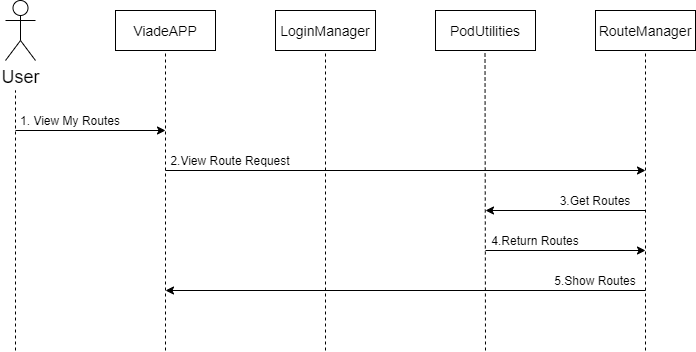
The draw.io diagram src/docs/images/06_runtime_view_My_Friends.png in Arquisoft/viade_es3c, before a commit. Source tidied: cells renumbered, new cells last; positions are measured from the earlier drawing's top-left corner, leaving out a move shared by most shapes. Source of this version:
```xml
<mxGraphModel>
  <root>
    <mxCell id="0" />
    <mxCell id="1" parent="0" />
    <mxCell id="2" value="&lt;font style=&quot;font-size: 18px&quot;&gt;User&lt;/font&gt;" style="shape=umlActor;verticalLabelPosition=bottom;labelBackgroundColor=#ffffff;verticalAlign=top;html=1;" parent="1" vertex="1">
      <mxGeometry x="5" width="30" height="60" as="geometry" />
    </mxCell>
    <mxCell id="3" style="endArrow=none;dashed=1;html=1;" parent="1" edge="1">
      <mxGeometry relative="1" as="geometry">
        <mxPoint x="15" y="350" as="sourcePoint" />
        <mxPoint x="15" y="90" as="targetPoint" />
      </mxGeometry>
    </mxCell>
    <mxCell id="4" style="rounded=0;whiteSpace=wrap;html=1;" parent="1" vertex="1">
      <mxGeometry x="115" y="10" width="100" height="40" as="geometry" />
    </mxCell>
    <mxCell id="5" value="&lt;font style=&quot;font-size: 14px&quot;&gt;ViadeAPP&lt;/font&gt;" style="text;html=1;strokeColor=none;fillColor=none;align=center;verticalAlign=middle;whiteSpace=wrap;rounded=0;" parent="1" vertex="1">
      <mxGeometry x="145" y="20" width="40" height="20" as="geometry" />
    </mxCell>
    <mxCell id="6" style="rounded=0;whiteSpace=wrap;html=1;" parent="1" vertex="1">
      <mxGeometry x="275" y="10" width="100" height="40" as="geometry" />
    </mxCell>
    <mxCell id="7" value="&lt;font style=&quot;font-size: 14px&quot;&gt;LoginManager&lt;/font&gt;" style="text;html=1;strokeColor=none;fillColor=none;align=center;verticalAlign=middle;whiteSpace=wrap;rounded=0;" parent="1" vertex="1">
      <mxGeometry x="305" y="20" width="40" height="20" as="geometry" />
    </mxCell>
    <mxCell id="8" style="rounded=0;whiteSpace=wrap;html=1;" parent="1" vertex="1">
      <mxGeometry x="595" y="10" width="100" height="40" as="geometry" />
    </mxCell>
    <mxCell id="9" value="&lt;font style=&quot;font-size: 14px&quot;&gt;RouteManager&lt;/font&gt;" style="text;html=1;strokeColor=none;fillColor=none;align=center;verticalAlign=middle;whiteSpace=wrap;rounded=0;" parent="1" vertex="1">
      <mxGeometry x="625" y="20" width="40" height="20" as="geometry" />
    </mxCell>
    <mxCell id="10" style="endArrow=none;dashed=1;html=1;entryX=0.5;entryY=1;entryDx=0;entryDy=0;" parent="1" edge="1" target="4">
      <mxGeometry relative="1" as="geometry">
        <mxPoint x="165" y="350" as="sourcePoint" />
      </mxGeometry>
    </mxCell>
    <mxCell id="11" style="endArrow=none;dashed=1;html=1;entryX=0.5;entryY=1;entryDx=0;entryDy=0;" parent="1" edge="1" target="6">
      <mxGeometry relative="1" as="geometry">
        <mxPoint x="325" y="350" as="sourcePoint" />
      </mxGeometry>
    </mxCell>
    <mxCell id="12" style="endArrow=none;dashed=1;html=1;entryX=0.5;entryY=1;entryDx=0;entryDy=0;" parent="1" edge="1" target="8">
      <mxGeometry relative="1" as="geometry">
        <mxPoint x="645" y="350" as="sourcePoint" />
      </mxGeometry>
    </mxCell>
    <mxCell id="13" style="rounded=0;whiteSpace=wrap;html=1;" parent="1" vertex="1">
      <mxGeometry x="435" y="10" width="100" height="40" as="geometry" />
    </mxCell>
    <mxCell id="14" value="&lt;font style=&quot;font-size: 14px&quot;&gt;PodUtilities&lt;/font&gt;" style="text;html=1;strokeColor=none;fillColor=none;align=center;verticalAlign=middle;whiteSpace=wrap;rounded=0;" parent="1" vertex="1">
      <mxGeometry x="465" y="20" width="40" height="20" as="geometry" />
    </mxCell>
    <mxCell id="15" style="endArrow=none;dashed=1;html=1;entryX=0.5;entryY=1;entryDx=0;entryDy=0;" parent="1" edge="1">
      <mxGeometry relative="1" as="geometry">
        <mxPoint x="485" y="350" as="sourcePoint" />
        <mxPoint x="484.5" y="50" as="targetPoint" />
      </mxGeometry>
    </mxCell>
    <mxCell id="16" style="endArrow=classic;html=1;" parent="1" edge="1">
      <mxGeometry relative="1" as="geometry">
        <mxPoint x="15" y="130" as="sourcePoint" />
        <mxPoint x="165" y="130" as="targetPoint" />
      </mxGeometry>
    </mxCell>
    <mxCell id="17" value="1. View My Routes" style="text;html=1;strokeColor=none;fillColor=none;align=center;verticalAlign=middle;whiteSpace=wrap;rounded=0;" parent="1" vertex="1">
      <mxGeometry y="110" width="140" height="20" as="geometry" />
    </mxCell>
    <mxCell id="18" style="endArrow=classic;html=1;" parent="1" edge="1">
      <mxGeometry relative="1" as="geometry">
        <mxPoint x="165" y="170" as="sourcePoint" />
        <mxPoint x="645" y="170" as="targetPoint" />
      </mxGeometry>
    </mxCell>
    <mxCell id="19" value="2.View Route Request" style="text;html=1;strokeColor=none;fillColor=none;align=center;verticalAlign=middle;whiteSpace=wrap;rounded=0;" parent="1" vertex="1">
      <mxGeometry x="165" y="150" width="130" height="20" as="geometry" />
    </mxCell>
    <mxCell id="20" style="endArrow=classic;html=1;" parent="1" edge="1">
      <mxGeometry relative="1" as="geometry">
        <mxPoint x="645" y="210" as="sourcePoint" />
        <mxPoint x="485" y="210" as="targetPoint" />
      </mxGeometry>
    </mxCell>
    <mxCell id="21" value="3.Get Routes" style="text;html=1;strokeColor=none;fillColor=none;align=center;verticalAlign=middle;whiteSpace=wrap;rounded=0;" parent="1" vertex="1">
      <mxGeometry x="525" y="190" width="140" height="20" as="geometry" />
    </mxCell>
    <mxCell id="22" style="endArrow=classic;html=1;" parent="1" edge="1">
      <mxGeometry relative="1" as="geometry">
        <mxPoint x="485" y="250" as="sourcePoint" />
        <mxPoint x="645" y="250" as="targetPoint" />
      </mxGeometry>
    </mxCell>
    <mxCell id="23" style="endArrow=classic;html=1;" parent="1" edge="1">
      <mxGeometry relative="1" as="geometry">
        <mxPoint x="645" y="290" as="sourcePoint" />
        <mxPoint x="165" y="290" as="targetPoint" />
      </mxGeometry>
    </mxCell>
    <mxCell id="24" value="4.Return Routes" style="text;html=1;strokeColor=none;fillColor=none;align=center;verticalAlign=middle;whiteSpace=wrap;rounded=0;" parent="1" vertex="1">
      <mxGeometry x="465" y="230" width="140" height="20" as="geometry" />
    </mxCell>
    <mxCell id="25" value="5.Show Routes" style="text;html=1;strokeColor=none;fillColor=none;align=center;verticalAlign=middle;whiteSpace=wrap;rounded=0;" parent="1" vertex="1">
      <mxGeometry x="525" y="270" width="140" height="20" as="geometry" />
    </mxCell>
  </root>
</mxGraphModel>
```
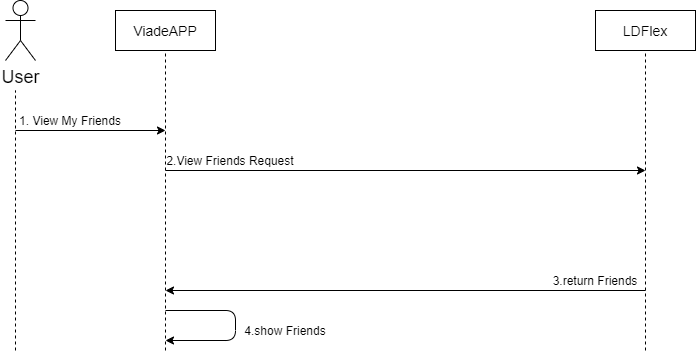
Above is the later version.

Commit message:
Adding more functionality to Runtime view

Diff of the diagram source:
```diff
@@ -17,52 +17,18 @@
     <mxCell id="5" value="&lt;font style=&quot;font-size: 14px&quot;&gt;ViadeAPP&lt;/font&gt;" style="text;html=1;strokeColor=none;fillColor=none;align=center;verticalAlign=middle;whiteSpace=wrap;rounded=0;" parent="1" vertex="1">
       <mxGeometry x="145" y="20" width="40" height="20" as="geometry" />
     </mxCell>
-    <mxCell id="6" style="rounded=0;whiteSpace=wrap;html=1;" parent="1" vertex="1">
-      <mxGeometry x="275" y="10" width="100" height="40" as="geometry" />
-    </mxCell>
-    <mxCell id="7" value="&lt;font style=&quot;font-size: 14px&quot;&gt;LoginManager&lt;/font&gt;" style="text;html=1;strokeColor=none;fillColor=none;align=center;verticalAlign=middle;whiteSpace=wrap;rounded=0;" parent="1" vertex="1">
-      <mxGeometry x="305" y="20" width="40" height="20" as="geometry" />
-    </mxCell>
-    <mxCell id="8" style="rounded=0;whiteSpace=wrap;html=1;" parent="1" vertex="1">
-      <mxGeometry x="595" y="10" width="100" height="40" as="geometry" />
-    </mxCell>
-    <mxCell id="9" value="&lt;font style=&quot;font-size: 14px&quot;&gt;RouteManager&lt;/font&gt;" style="text;html=1;strokeColor=none;fillColor=none;align=center;verticalAlign=middle;whiteSpace=wrap;rounded=0;" parent="1" vertex="1">
-      <mxGeometry x="625" y="20" width="40" height="20" as="geometry" />
-    </mxCell>
     <mxCell id="10" style="endArrow=none;dashed=1;html=1;entryX=0.5;entryY=1;entryDx=0;entryDy=0;" parent="1" edge="1" target="4">
       <mxGeometry relative="1" as="geometry">
         <mxPoint x="165" y="350" as="sourcePoint" />
       </mxGeometry>
     </mxCell>
-    <mxCell id="11" style="endArrow=none;dashed=1;html=1;entryX=0.5;entryY=1;entryDx=0;entryDy=0;" parent="1" edge="1" target="6">
-      <mxGeometry relative="1" as="geometry">
-        <mxPoint x="325" y="350" as="sourcePoint" />
-      </mxGeometry>
-    </mxCell>
-    <mxCell id="12" style="endArrow=none;dashed=1;html=1;entryX=0.5;entryY=1;entryDx=0;entryDy=0;" parent="1" edge="1" target="8">
-      <mxGeometry relative="1" as="geometry">
-        <mxPoint x="645" y="350" as="sourcePoint" />
-      </mxGeometry>
-    </mxCell>
-    <mxCell id="13" style="rounded=0;whiteSpace=wrap;html=1;" parent="1" vertex="1">
-      <mxGeometry x="435" y="10" width="100" height="40" as="geometry" />
-    </mxCell>
-    <mxCell id="14" value="&lt;font style=&quot;font-size: 14px&quot;&gt;PodUtilities&lt;/font&gt;" style="text;html=1;strokeColor=none;fillColor=none;align=center;verticalAlign=middle;whiteSpace=wrap;rounded=0;" parent="1" vertex="1">
-      <mxGeometry x="465" y="20" width="40" height="20" as="geometry" />
-    </mxCell>
-    <mxCell id="15" style="endArrow=none;dashed=1;html=1;entryX=0.5;entryY=1;entryDx=0;entryDy=0;" parent="1" edge="1">
-      <mxGeometry relative="1" as="geometry">
-        <mxPoint x="485" y="350" as="sourcePoint" />
-        <mxPoint x="484.5" y="50" as="targetPoint" />
-      </mxGeometry>
-    </mxCell>
     <mxCell id="16" style="endArrow=classic;html=1;" parent="1" edge="1">
       <mxGeometry relative="1" as="geometry">
         <mxPoint x="15" y="130" as="sourcePoint" />
         <mxPoint x="165" y="130" as="targetPoint" />
       </mxGeometry>
     </mxCell>
-    <mxCell id="17" value="1. View My Routes" style="text;html=1;strokeColor=none;fillColor=none;align=center;verticalAlign=middle;whiteSpace=wrap;rounded=0;" parent="1" vertex="1">
+    <mxCell id="17" value="1. View My Friends" style="text;html=1;strokeColor=none;fillColor=none;align=center;verticalAlign=middle;whiteSpace=wrap;rounded=0;" parent="1" vertex="1">
       <mxGeometry y="110" width="140" height="20" as="geometry" />
     </mxCell>
     <mxCell id="18" style="endArrow=classic;html=1;" parent="1" edge="1">
@@ -71,35 +37,41 @@
         <mxPoint x="645" y="170" as="targetPoint" />
       </mxGeometry>
     </mxCell>
-    <mxCell id="19" value="2.View Route Request" style="text;html=1;strokeColor=none;fillColor=none;align=center;verticalAlign=middle;whiteSpace=wrap;rounded=0;" parent="1" vertex="1">
+    <mxCell id="19" value="2.View Friends Request" style="text;html=1;strokeColor=none;fillColor=none;align=center;verticalAlign=middle;whiteSpace=wrap;rounded=0;" parent="1" vertex="1">
       <mxGeometry x="165" y="150" width="130" height="20" as="geometry" />
     </mxCell>
-    <mxCell id="20" style="endArrow=classic;html=1;" parent="1" edge="1">
-      <mxGeometry relative="1" as="geometry">
-        <mxPoint x="645" y="210" as="sourcePoint" />
-        <mxPoint x="485" y="210" as="targetPoint" />
-      </mxGeometry>
-    </mxCell>
-    <mxCell id="21" value="3.Get Routes" style="text;html=1;strokeColor=none;fillColor=none;align=center;verticalAlign=middle;whiteSpace=wrap;rounded=0;" parent="1" vertex="1">
-      <mxGeometry x="525" y="190" width="140" height="20" as="geometry" />
-    </mxCell>
-    <mxCell id="22" style="endArrow=classic;html=1;" parent="1" edge="1">
-      <mxGeometry relative="1" as="geometry">
-        <mxPoint x="485" y="250" as="sourcePoint" />
-        <mxPoint x="645" y="250" as="targetPoint" />
-      </mxGeometry>
-    </mxCell>
     <mxCell id="23" style="endArrow=classic;html=1;" parent="1" edge="1">
       <mxGeometry relative="1" as="geometry">
         <mxPoint x="645" y="290" as="sourcePoint" />
         <mxPoint x="165" y="290" as="targetPoint" />
       </mxGeometry>
     </mxCell>
-    <mxCell id="24" value="4.Return Routes" style="text;html=1;strokeColor=none;fillColor=none;align=center;verticalAlign=middle;whiteSpace=wrap;rounded=0;" parent="1" vertex="1">
-      <mxGeometry x="465" y="230" width="140" height="20" as="geometry" />
-    </mxCell>
-    <mxCell id="25" value="5.Show Routes" style="text;html=1;strokeColor=none;fillColor=none;align=center;verticalAlign=middle;whiteSpace=wrap;rounded=0;" parent="1" vertex="1">
+    <mxCell id="25" value="3.return Friends" style="text;html=1;strokeColor=none;fillColor=none;align=center;verticalAlign=middle;whiteSpace=wrap;rounded=0;" parent="1" vertex="1">
       <mxGeometry x="525" y="270" width="140" height="20" as="geometry" />
     </mxCell>
+    <mxCell id="8" style="rounded=0;whiteSpace=wrap;html=1;" parent="1" vertex="1">
+      <mxGeometry x="595" y="10" width="100" height="40" as="geometry" />
+    </mxCell>
+    <mxCell id="26" value="&lt;span style=&quot;font-size: 14px&quot;&gt;LDFlex&lt;/span&gt;" style="text;html=1;strokeColor=none;fillColor=none;align=center;verticalAlign=middle;whiteSpace=wrap;rounded=0;" parent="1" vertex="1">
+      <mxGeometry x="625" y="20" width="40" height="20" as="geometry" />
+    </mxCell>
+    <mxCell id="27" style="endArrow=none;dashed=1;html=1;entryX=0.5;entryY=1;entryDx=0;entryDy=0;" parent="1" edge="1" target="8">
+      <mxGeometry relative="1" as="geometry">
+        <mxPoint x="645" y="350" as="sourcePoint" />
+      </mxGeometry>
+    </mxCell>
+    <mxCell id="28" style="endArrow=classic;html=1;" parent="1" edge="1">
+      <mxGeometry relative="1" as="geometry">
+        <mxPoint x="165" y="310" as="sourcePoint" />
+        <mxPoint x="165" y="340" as="targetPoint" />
+        <Array as="points">
+          <mxPoint x="235" y="310" />
+          <mxPoint x="235" y="340" />
+        </Array>
+      </mxGeometry>
+    </mxCell>
+    <mxCell id="29" value="4.show Friends" style="text;html=1;strokeColor=none;fillColor=none;align=center;verticalAlign=middle;whiteSpace=wrap;rounded=0;" parent="1" vertex="1">
+      <mxGeometry x="215" y="320" width="140" height="20" as="geometry" />
+    </mxCell>
   </root>
 </mxGraphModel>
```
